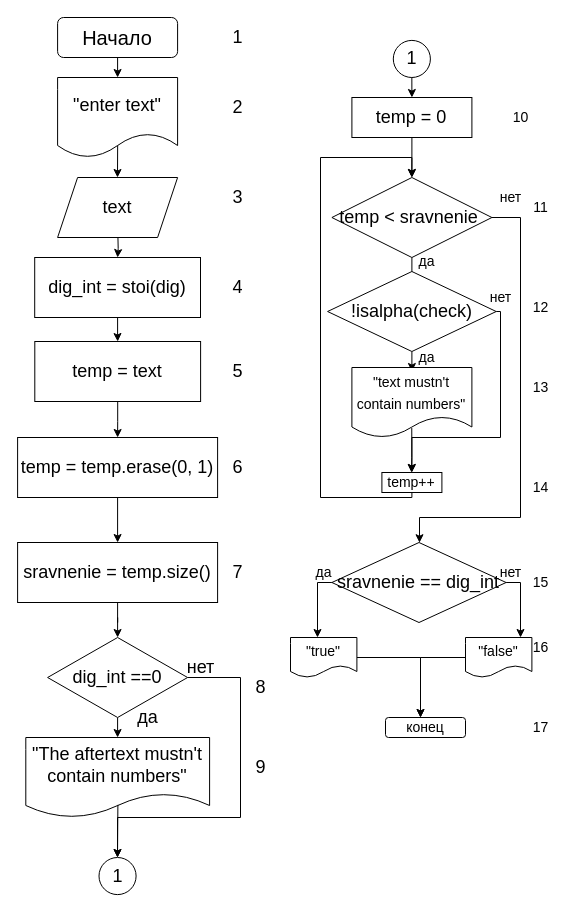
klep1koff/lifeishard keeps this draw.io diagram as 8/8.2.drawio. Above is the earlier version. Source tidied: cells renumbered, new cells numbered last; positions are measured from the earlier drawing's top-left corner, leaving out a move shared by most shapes. Both pictures are drawn from the tidied source at 100%, with x=0, y=0 at pixel (17, 17).
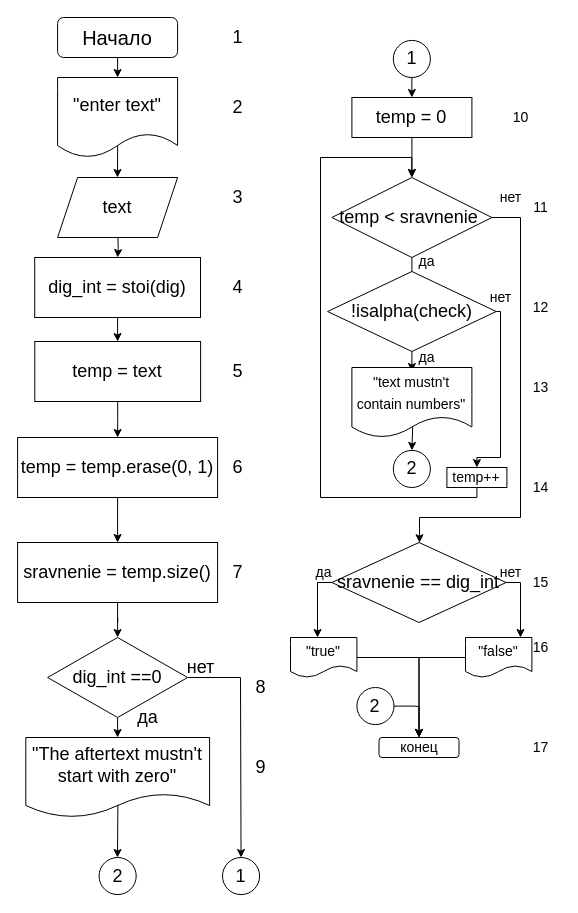
After the change.

The change refers to these unchanged cells:
```xml
<mxCell id="26" value="&lt;font style=&quot;font-size: 18px&quot;&gt;dig_int ==0&lt;/font&gt;" style="rhombus;whiteSpace=wrap;html=1;" parent="1" vertex="1">
  <mxGeometry x="30.1" y="620" width="140" height="80" as="geometry" />
</mxCell>
<mxCell id="37" value="temp &amp;lt; sravnenie&amp;nbsp;" style="rhombus;whiteSpace=wrap;html=1;fontSize=18;" parent="1" vertex="1">
  <mxGeometry x="314.4" y="160" width="160" height="80" as="geometry" />
</mxCell>
<mxCell id="43" value="&lt;span style=&quot;text-align: left ; background-color: rgb(255 , 255 , 255)&quot;&gt;&lt;font style=&quot;font-size: 18px&quot;&gt;!isalpha(check)&lt;/font&gt;&lt;/span&gt;" style="rhombus;whiteSpace=wrap;html=1;fontSize=18;" parent="1" vertex="1">
  <mxGeometry x="310.1" y="254" width="168.6" height="80" as="geometry" />
</mxCell>
<mxCell id="45" value="&lt;font style=&quot;font-size: 14px&quot;&gt;&quot;text mustn't contain numbers&quot;&lt;/font&gt;" style="shape=document;whiteSpace=wrap;html=1;boundedLbl=1;fontSize=18;" parent="1" vertex="1">
  <mxGeometry x="334.4" y="350" width="120" height="70" as="geometry" />
</mxCell>
<mxCell id="56" value="&quot;true&quot;" style="shape=document;whiteSpace=wrap;html=1;boundedLbl=1;fontSize=14;" parent="1" vertex="1">
  <mxGeometry x="273" y="620" width="66.4" height="40" as="geometry" />
</mxCell>
<mxCell id="58" value="&quot;false&quot;" style="shape=document;whiteSpace=wrap;html=1;boundedLbl=1;fontSize=14;" parent="1" vertex="1">
  <mxGeometry x="448" y="620" width="66.4" height="40" as="geometry" />
</mxCell>
```

The edit, as a diff of the source:
```diff
@@
-    <mxCell id="24" style="edgeStyle=orthogonalEdgeStyle;rounded=0;jettySize=auto;html=1;fontSize=18;" parent="1" edge="1" source="26">
+    <mxCell id="24" style="edgeStyle=orthogonalEdgeStyle;rounded=0;jettySize=auto;html=1;fontSize=18;" parent="1" edge="1" source="26" target="38">
       <mxGeometry relative="1" as="geometry">
-        <mxPoint x="100" y="840" as="targetPoint" />
         <Array as="points">
           <mxPoint x="223" y="660" />
-          <mxPoint x="223" y="800" />
-          <mxPoint x="100" y="800" />
         </Array>
       </mxGeometry>
     </mxCell>
@@
-    <mxCell id="27" value="&quot;The aftertext mustn't contain numbers&quot;" style="shape=document;whiteSpace=wrap;html=1;boundedLbl=1;fontSize=18;" parent="1" vertex="1">
+    <mxCell id="27" value="&quot;The aftertext mustn't start with zero&quot;" style="shape=document;whiteSpace=wrap;html=1;boundedLbl=1;fontSize=18;" parent="1" vertex="1">
       <mxGeometry x="8.3" y="720" width="183.8" height="80" as="geometry" />
     </mxCell>
@@
     <mxCell id="38" value="1" style="ellipse;whiteSpace=wrap;html=1;fontSize=18;" parent="1" vertex="1">
-      <mxGeometry x="81.5" y="840" width="37.1" height="37.1" as="geometry" />
+      <mxGeometry x="205" y="840" width="37.1" height="37.1" as="geometry" />
     </mxCell>
@@
     <mxCell id="42" style="edgeStyle=orthogonalEdgeStyle;rounded=0;jettySize=auto;html=1;fontSize=14;entryX=0.5;entryY=0;entryDx=0;entryDy=0;" parent="1" edge="1" source="43" target="47">
       <mxGeometry relative="1" as="geometry">
         <Array as="points">
           <mxPoint x="483" y="294" />
-          <mxPoint x="483" y="420" />
-          <mxPoint x="394" y="420" />
+          <mxPoint x="483" y="440" />
+          <mxPoint x="459" y="440" />
         </Array>
       </mxGeometry>
     </mxCell>
@@
-    <mxCell id="44" style="edgeStyle=orthogonalEdgeStyle;rounded=0;jettySize=auto;html=1;fontSize=14;exitX=0.499;exitY=0.865;exitDx=0;exitDy=0;exitPerimeter=0;" parent="1" edge="1" source="45">
-      <mxGeometry relative="1" as="geometry">
-        <mxPoint x="394" y="455" as="targetPoint" />
-      </mxGeometry>
-    </mxCell>
@@
     <mxCell id="46" style="edgeStyle=orthogonalEdgeStyle;rounded=0;jettySize=auto;html=1;fontSize=14;entryX=0.5;entryY=0;entryDx=0;entryDy=0;" parent="1" edge="1" source="47" target="37">
       <mxGeometry relative="1" as="geometry">
         <Array as="points">
-          <mxPoint x="394" y="480" />
+          <mxPoint x="459" y="480" />
           <mxPoint x="303" y="480" />
           <mxPoint x="303" y="140" />
           <mxPoint x="394" y="140" />
         </Array>
       </mxGeometry>
     </mxCell>
     <mxCell id="47" value="temp++" style="whiteSpace=wrap;html=1;fontSize=14;" parent="1" vertex="1">
-      <mxGeometry x="364.4" y="455" width="60" height="20" as="geometry" />
+      <mxGeometry x="429.4" y="450" width="60" height="20" as="geometry" />
     </mxCell>
@@
-    <mxCell id="55" style="edgeStyle=orthogonalEdgeStyle;rounded=0;jettySize=auto;html=1;fontSize=14;" parent="1" edge="1" source="56">
-      <mxGeometry relative="1" as="geometry">
-        <mxPoint x="403" y="700" as="targetPoint" />
-        <Array as="points">
-          <mxPoint x="403" y="640" />
-          <mxPoint x="403" y="700" />
-        </Array>
-      </mxGeometry>
-    </mxCell>
+    <mxCell id="69" style="edgeStyle=orthogonalEdgeStyle;rounded=0;jettySize=auto;html=1;entryX=0.5;entryY=0;entryDx=0;entryDy=0;" parent="1" edge="1" source="56" target="59">
+      <mxGeometry relative="1" as="geometry" />
+    </mxCell>
@@
-    <mxCell id="57" style="edgeStyle=orthogonalEdgeStyle;rounded=0;jettySize=auto;html=1;fontSize=14;" parent="1" edge="1" source="58">
-      <mxGeometry relative="1" as="geometry">
-        <mxPoint x="403" y="700" as="targetPoint" />
-        <Array as="points">
-          <mxPoint x="403" y="640" />
-          <mxPoint x="403" y="700" />
-        </Array>
-      </mxGeometry>
-    </mxCell>
+    <mxCell id="70" style="edgeStyle=orthogonalEdgeStyle;rounded=0;jettySize=auto;html=1;entryX=0.5;entryY=0;entryDx=0;entryDy=0;" parent="1" edge="1" source="58" target="59">
+      <mxGeometry relative="1" as="geometry" />
+    </mxCell>
@@
     <mxCell id="59" value="конец" style="rounded=1;whiteSpace=wrap;html=1;fontSize=14;" parent="1" vertex="1">
-      <mxGeometry x="368" y="700" width="80" height="20" as="geometry" />
+      <mxGeometry x="361.5" y="720" width="80" height="20" as="geometry" />
     </mxCell>
@@
     <mxCell id="66" value="17" style="text;html=1;align=center;verticalAlign=middle;strokeColor=none;fillColor=none;fontSize=14;" parent="1" vertex="1">
-      <mxGeometry x="503" y="700" width="40" height="20" as="geometry" />
+      <mxGeometry x="503" y="720" width="40" height="20" as="geometry" />
     </mxCell>
@@
+    <mxCell id="71" value="2" style="ellipse;whiteSpace=wrap;html=1;fontSize=18;" parent="1" vertex="1">
+      <mxGeometry x="81.6" y="840" width="37.1" height="37.1" as="geometry" />
+    </mxCell>
+    <mxCell id="72" value="2" style="ellipse;whiteSpace=wrap;html=1;fontSize=18;" parent="1" vertex="1">
+      <mxGeometry x="375.8" y="432.9" width="37.1" height="37.1" as="geometry" />
+    </mxCell>
+    <mxCell id="73" style="endArrow=classic;html=1;rounded=0;entryX=0.5;entryY=0;entryDx=0;entryDy=0;exitX=0.507;exitY=0.836;exitDx=0;exitDy=0;exitPerimeter=0;" parent="1" edge="1" source="45" target="72">
+      <mxGeometry relative="1" as="geometry" />
+    </mxCell>
+    <mxCell id="74" style="edgeStyle=orthogonalEdgeStyle;rounded=0;jettySize=auto;html=1;entryX=0.5;entryY=0;entryDx=0;entryDy=0;" parent="1" edge="1" source="75" target="59">
+      <mxGeometry relative="1" as="geometry">
+        <Array as="points">
+          <mxPoint x="396" y="689" />
+          <mxPoint x="402" y="689" />
+        </Array>
+      </mxGeometry>
+    </mxCell>
+    <mxCell id="75" value="2" style="ellipse;whiteSpace=wrap;html=1;fontSize=18;" parent="1" vertex="1">
+      <mxGeometry x="339.4" y="670" width="37.1" height="37.1" as="geometry" />
+    </mxCell>
```
